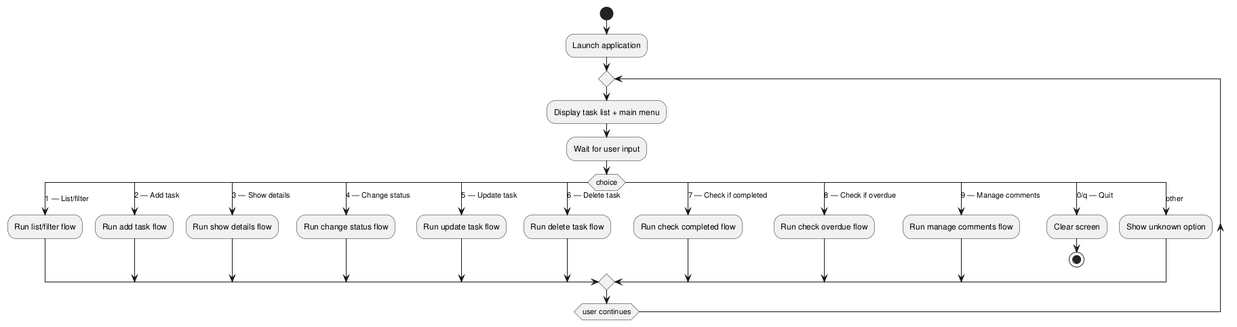
Before: experiments/pipeline/structured_text/TODO/artifacts/activity_diagram.png, a diagram exported from PlantUML (DanielRiha8906/Software_autoevolution_using_agents).
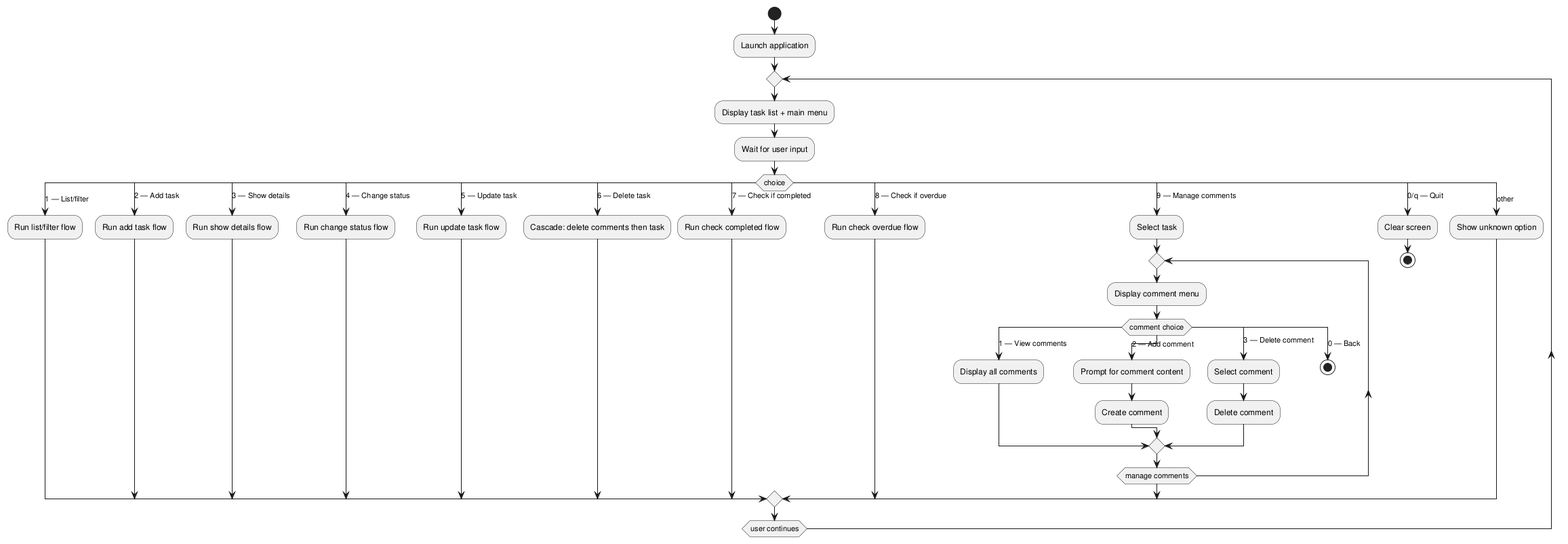
Above is the later version.

Diff of the diagram source:
```diff
@@ -1,4 +1,4 @@
-@startuml
+@startuml activity_diagram
 
 start
 :Launch application;
@@ -19,13 +19,28 @@
     case (5 — Update task)
       :Run update task flow;
     case (6 — Delete task)
-      :Run delete task flow;
+      :Cascade: delete comments then task;
     case (7 — Check if completed)
       :Run check completed flow;
     case (8 — Check if overdue)
       :Run check overdue flow;
     case (9 — Manage comments)
-      :Run manage comments flow;
+      :Select task;
+      repeat
+        :Display comment menu;
+        switch (comment choice)
+          case (1 — View comments)
+            :Display all comments;
+          case (2 — Add comment)
+            :Prompt for comment content;
+            :Create comment;
+          case (3 — Delete comment)
+            :Select comment;
+            :Delete comment;
+          case (0 — Back)
+            stop
+        endswitch
+      repeat while (manage comments)
     case (0/q — Quit)
       :Clear screen;
       stop
```
